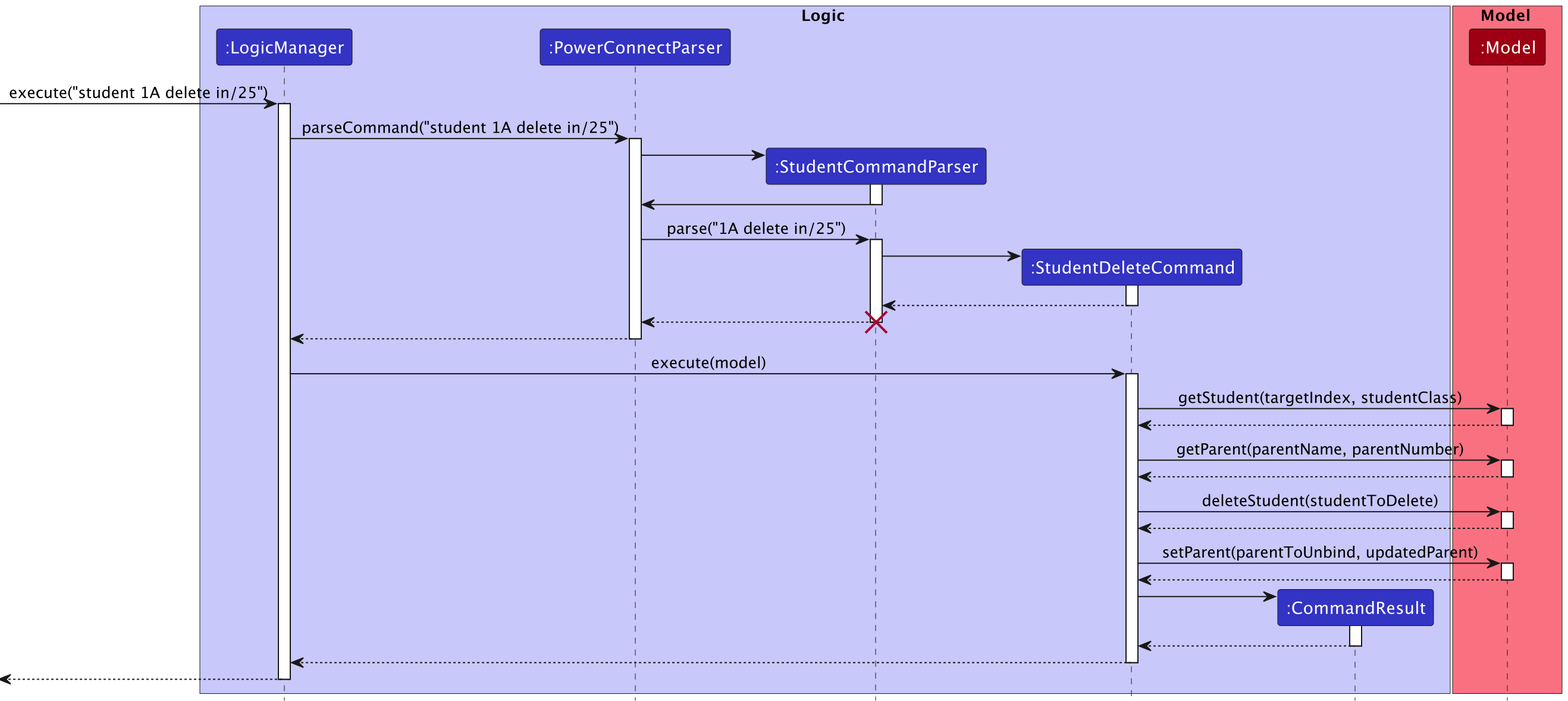
Before: docs/images/StudentDeleteSequentialDiagram.png, a diagram exported from PlantUML (nus-cs2103-AY2223S2/tp). Its source is kept beside it as docs/diagrams/StudentDeleteSequentialDiagram.puml.
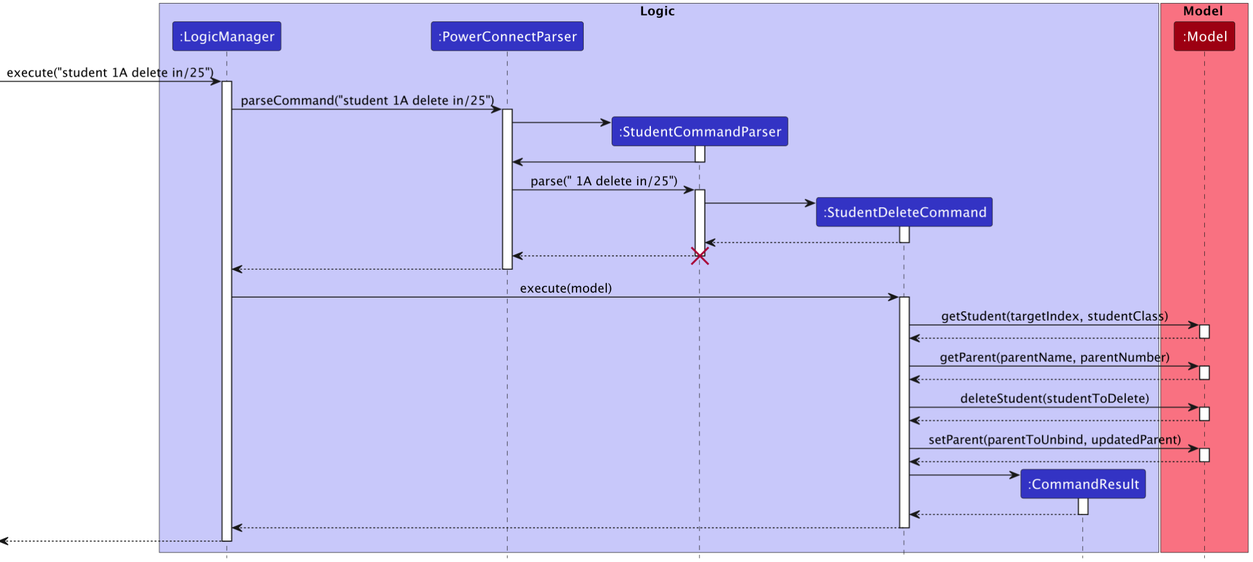
Above is the later version.

Change to the diagram source:
```diff
@@ -24,7 +24,7 @@
 activate StudentCommandParser
 StudentCommandParser -> PowerConnectParser
 deactivate StudentCommandParser
-PowerConnectParser -> StudentCommandParser : parse("1A delete in/25")
+PowerConnectParser -> StudentCommandParser : parse(" 1A delete in/25")
 activate StudentCommandParser
 
 create StudentDeleteCommand
```
